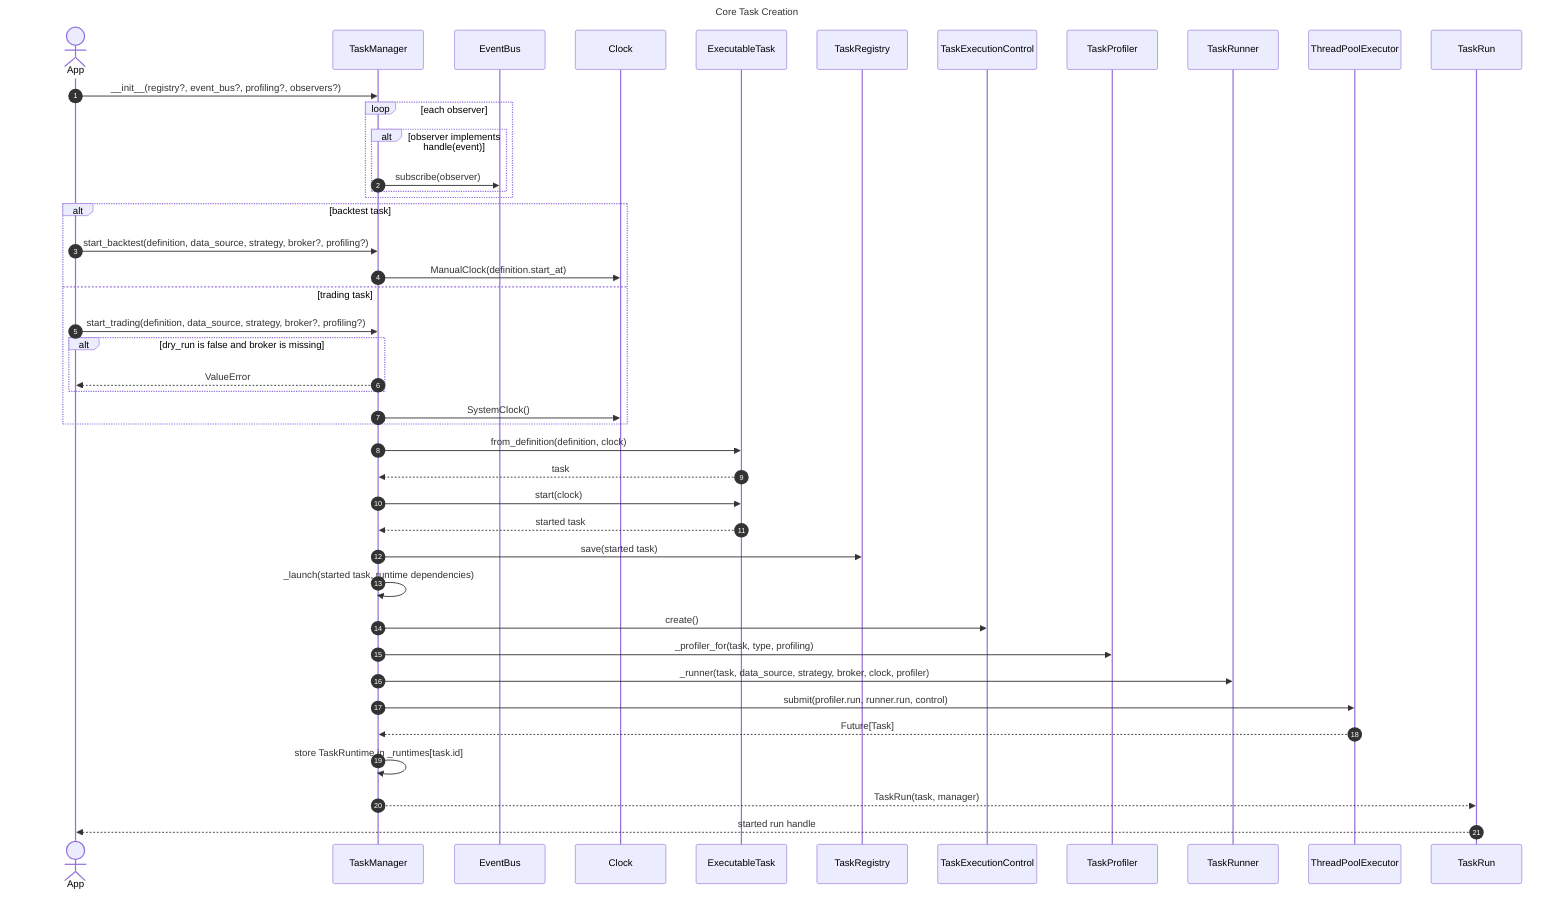
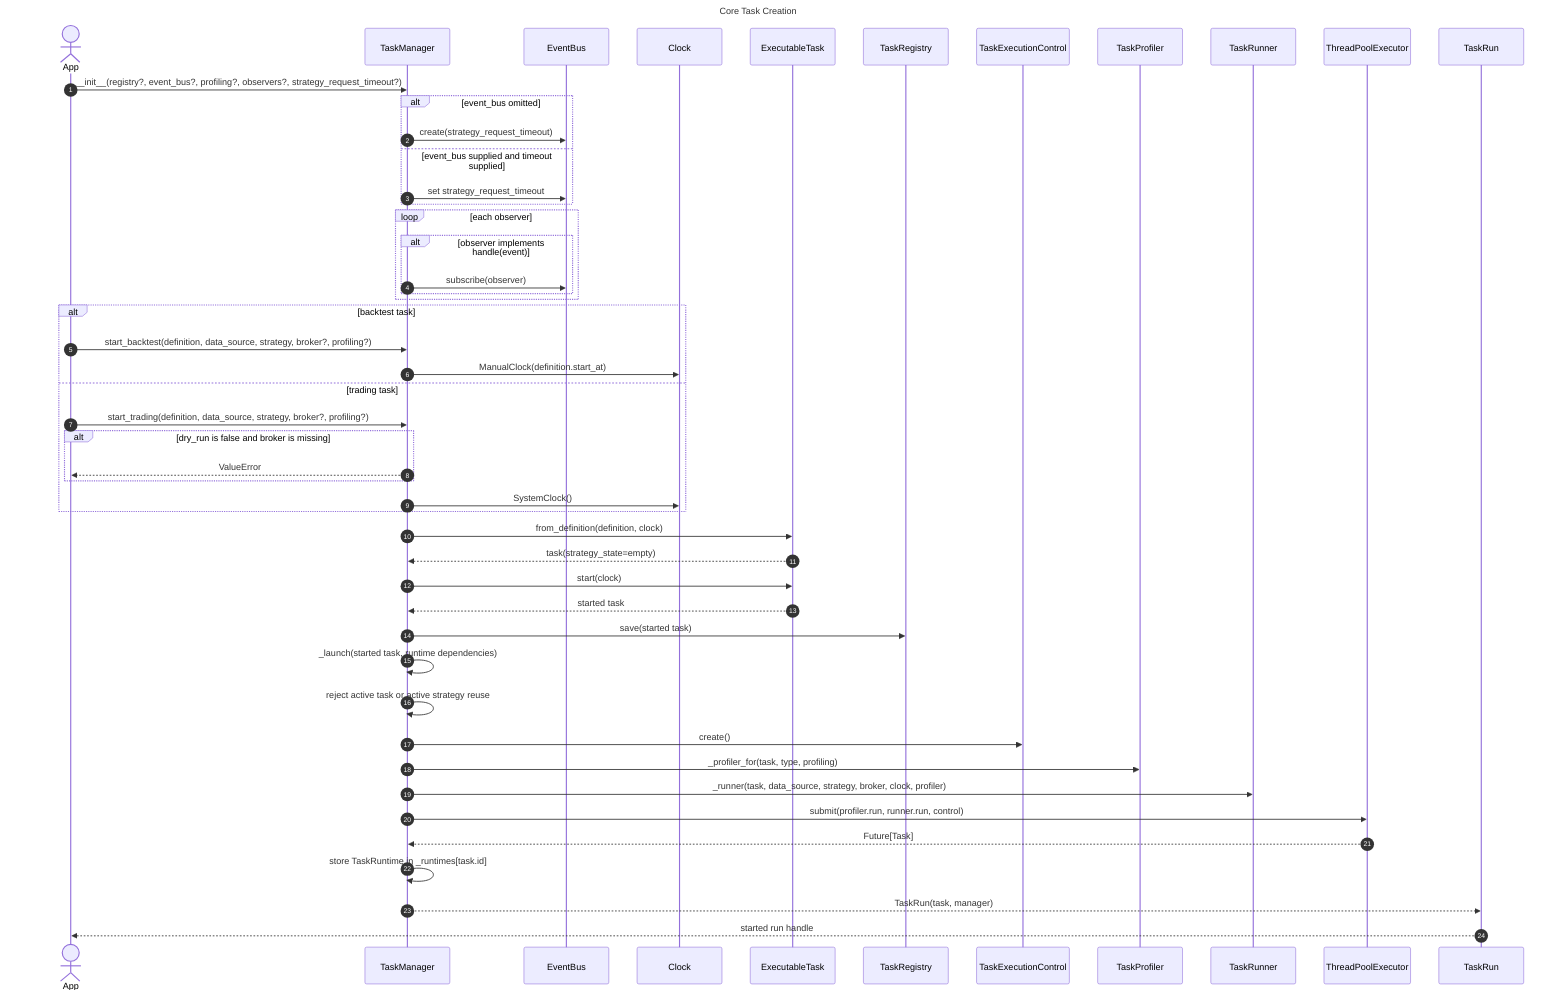
sequenceDiagram
    title Core Task Creation
    autonumber

    actor App
    participant Manager as TaskManager
    participant Bus as EventBus
    participant Clock as Clock
    participant Task as ExecutableTask
    participant Registry as TaskRegistry
    participant Control as TaskExecutionControl
    participant Profiler as TaskProfiler
    participant Runner as TaskRunner
    participant Pool as ThreadPoolExecutor
    participant Run as TaskRun

-     App->>Manager: __init__(registry?, event_bus?, profiling?, observers?)
+     App->>Manager: __init__(registry?, event_bus?, profiling?, observers?, strategy_request_timeout?)
+     alt event_bus omitted
+         Manager->>Bus: create(strategy_request_timeout)
+     else event_bus supplied and timeout supplied
+         Manager->>Bus: set strategy_request_timeout
+     end
    loop each observer
        alt observer implements handle(event)
            Manager->>Bus: subscribe(observer)
        end
    end

    alt backtest task
        App->>Manager: start_backtest(definition, data_source, strategy, broker?, profiling?)
        Manager->>Clock: ManualClock(definition.start_at)
    else trading task
        App->>Manager: start_trading(definition, data_source, strategy, broker?, profiling?)
        alt dry_run is false and broker is missing
            Manager-->>App: ValueError
        end
        Manager->>Clock: SystemClock()
    end

    Manager->>Task: from_definition(definition, clock)
-     Task-->>Manager: task
+     Task-->>Manager: task(strategy_state=empty)
    Manager->>Task: start(clock)
    Task-->>Manager: started task
    Manager->>Registry: save(started task)

    Manager->>Manager: _launch(started task, runtime dependencies)
+     Manager->>Manager: reject active task or active strategy reuse
    Manager->>Control: create()
    Manager->>Profiler: _profiler_for(task, type, profiling)
    Manager->>Runner: _runner(task, data_source, strategy, broker, clock, profiler)
    Manager->>Pool: submit(profiler.run, runner.run, control)
    Pool-->>Manager: Future[Task]
    Manager->>Manager: store TaskRuntime in _runtimes[task.id]

    Manager-->>Run: TaskRun(task, manager)
    Run-->>App: started run handle
